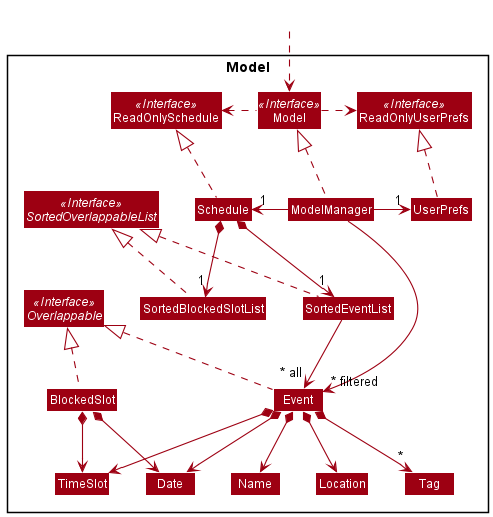
ruthpohrp/tp keeps this PlantUML diagram as docs/images/ModelClassDiagram.png. Above is the earlier version.
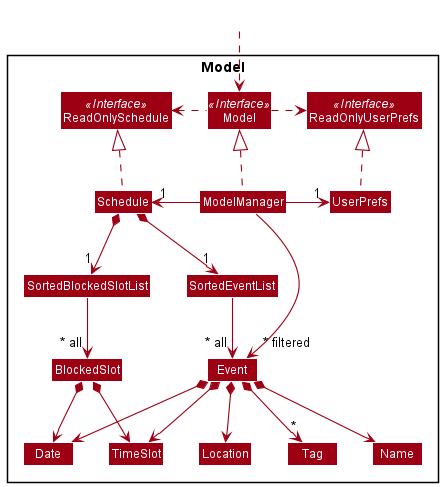
After the change.

Commit message:
Add BlockedSlot implementation to DG

Change to the diagram source:
```diff
@@ -8,8 +8,6 @@
 Interface ReadOnlySchedule <<Interface>>
 Interface ReadOnlyUserPrefs <<Interface>>
 Interface Model <<Interface>>
-Interface Overlappable <<Interface>>
-Interface SortedOverlappableList <<Interface>>
 Class Schedule
 Class ReadOnlySchedule
 Class Model
@@ -44,6 +42,7 @@
 
 Schedule *--> "1" SortedEventList
 SortedEventList --> "~* all" Event
+SortedBlockedSlotList --> "~* all" BlockedSlot
 Event *--> Name
 Event *--> Date
 Event *--> TimeSlot
@@ -54,13 +53,6 @@
 BlockedSlot *--> Date
 BlockedSlot *--> TimeSlot
 
-Event .up.|> Overlappable
-BlockedSlot .up.|> Overlappable
-
-SortedEventList .up.|> SortedOverlappableList
-SortedBlockedSlotList .up.|> SortedOverlappableList
-
-
 Name -[hidden]right-> Date
 Date -[hidden]right-> Location
 Location -[hidden]right-> TimeSlot
```
